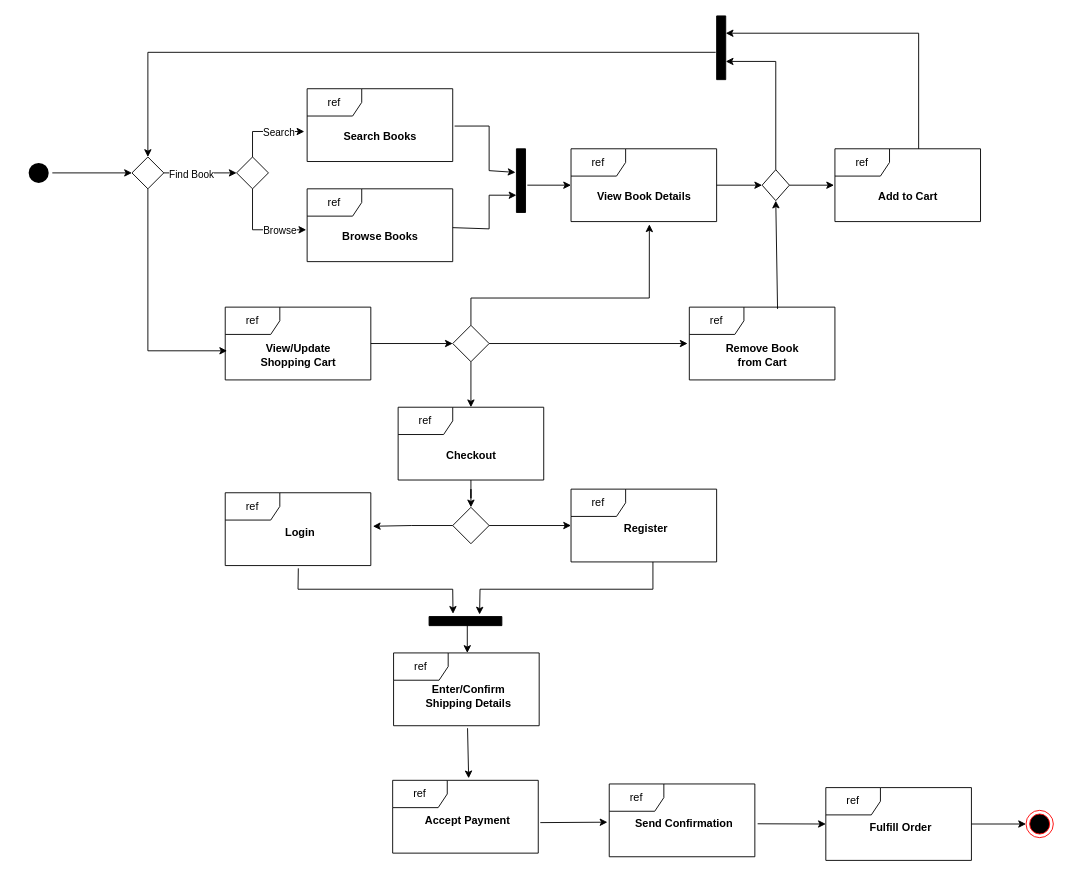
The draw.io diagram InteractionOverviewDiagram.drawio in micahsellis/UMLs, before the edit. Source tidied: cells renumbered, new cells numbered last; positions are measured from the earlier drawing's top-left corner, leaving out a move shared by most shapes. Both pictures are drawn from the tidied source at 91%, with x=0, y=0 at pixel (25, 15).
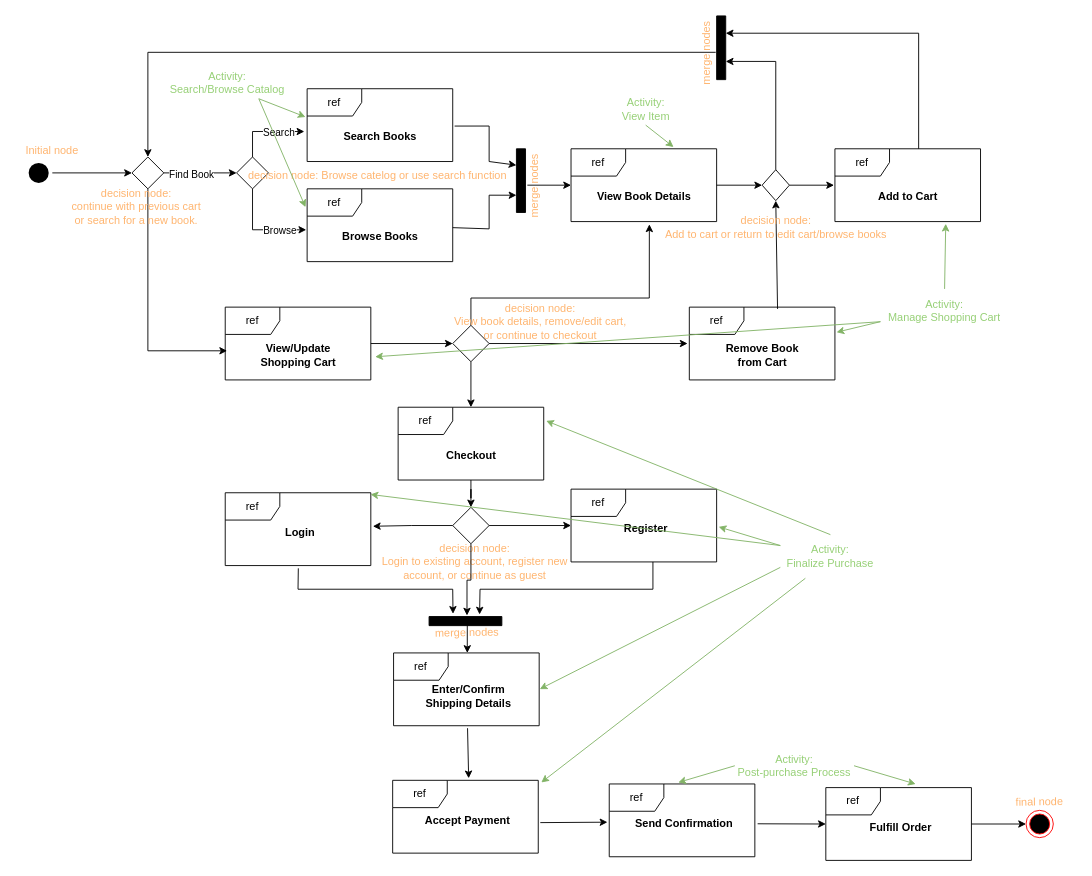
After the change.

The change refers to these unchanged cells:
```xml
<mxCell id="8" value="ref" style="shape=umlFrame;whiteSpace=wrap;html=1;" parent="1" vertex="1">
  <mxGeometry x="310" y="80" width="160" height="80" as="geometry" />
</mxCell>
<mxCell id="10" value="ref" style="shape=umlFrame;whiteSpace=wrap;html=1;" parent="1" vertex="1">
  <mxGeometry x="310" y="190" width="160" height="80" as="geometry" />
</mxCell>
<mxCell id="16" style="verticalLabelPosition=bottom;verticalAlign=top;html=1;shape=mxgraph.basic.rect;fillColor2=none;strokeWidth=1;size=20;indent=5;fillColor=#000000;" parent="1" vertex="1">
  <mxGeometry x="540" y="146" width="10" height="70" as="geometry" />
</mxCell>
<mxCell id="21" value="ref" style="shape=umlFrame;whiteSpace=wrap;html=1;" parent="1" vertex="1">
  <mxGeometry x="600" y="146" width="160" height="80" as="geometry" />
</mxCell>
<mxCell id="24" value="ref" style="shape=umlFrame;whiteSpace=wrap;html=1;" parent="1" vertex="1">
  <mxGeometry x="890" y="146" width="160" height="80" as="geometry" />
</mxCell>
<mxCell id="32" value="ref" style="shape=umlFrame;whiteSpace=wrap;html=1;" parent="1" vertex="1">
  <mxGeometry x="220" y="320" width="160" height="80" as="geometry" />
</mxCell>
<mxCell id="37" value="ref" style="shape=umlFrame;whiteSpace=wrap;html=1;" parent="1" vertex="1">
  <mxGeometry x="730" y="320" width="160" height="80" as="geometry" />
</mxCell>
<mxCell id="43" value="ref" style="shape=umlFrame;whiteSpace=wrap;html=1;" parent="1" vertex="1">
  <mxGeometry x="410" y="430" width="160" height="80" as="geometry" />
</mxCell>
<mxCell id="46" style="rhombus;whiteSpace=wrap;html=1;" parent="1" vertex="1">
  <mxGeometry x="470" y="540" width="40" height="40" as="geometry" />
</mxCell>
<mxCell id="47" value="ref" style="shape=umlFrame;whiteSpace=wrap;html=1;" parent="1" vertex="1">
  <mxGeometry x="220" y="524" width="160" height="80" as="geometry" />
</mxCell>
<mxCell id="50" value="ref" style="shape=umlFrame;whiteSpace=wrap;html=1;" parent="1" vertex="1">
  <mxGeometry x="600" y="520" width="160" height="80" as="geometry" />
</mxCell>
<mxCell id="52" value="ref" style="shape=umlFrame;whiteSpace=wrap;html=1;" parent="1" vertex="1">
  <mxGeometry x="405" y="700" width="160" height="80" as="geometry" />
</mxCell>
<mxCell id="54" style="verticalLabelPosition=bottom;verticalAlign=top;html=1;shape=mxgraph.basic.rect;fillColor2=none;strokeWidth=1;size=20;indent=0;fillColor=#000000;" parent="1" vertex="1">
  <mxGeometry x="444" y="660" width="80" height="10" as="geometry" />
</mxCell>
<mxCell id="58" value="ref" style="shape=umlFrame;whiteSpace=wrap;html=1;" parent="1" vertex="1">
  <mxGeometry x="404" y="840" width="160" height="80" as="geometry" />
</mxCell>
<mxCell id="62" value="ref" style="shape=umlFrame;whiteSpace=wrap;html=1;" parent="1" vertex="1">
  <mxGeometry x="642" y="844" width="160" height="80" as="geometry" />
</mxCell>
<mxCell id="66" value="ref" style="shape=umlFrame;whiteSpace=wrap;html=1;" parent="1" vertex="1">
  <mxGeometry x="880" y="848" width="160" height="80" as="geometry" />
</mxCell>
```

Change to the diagram source:
```diff
@@
-    <mxCell id="18" style="endArrow=classic;html=1;rounded=0;exitX=1.013;exitY=0.513;exitDx=0;exitDy=0;exitPerimeter=0;entryX=-0.1;entryY=0.371;entryDx=0;entryDy=0;entryPerimeter=0;" parent="1" edge="1" source="8" target="16">
+    <mxCell id="18" style="endArrow=classic;html=1;rounded=0;exitX=1.013;exitY=0.513;exitDx=0;exitDy=0;exitPerimeter=0;entryX=1;entryY=0.25;entryDx=0;entryDy=0;" parent="1" edge="1" source="8" target="71">
       <mxGeometry relative="1" as="geometry">
         <Array as="points">
           <mxPoint x="510" y="121" />
-          <mxPoint x="510" y="170" />
+          <mxPoint x="510" y="160" />
         </Array>
       </mxGeometry>
     </mxCell>
@@
+    <mxCell id="69" value="Initial node" style="text;html=1;strokeColor=none;fillColor=none;align=center;verticalAlign=middle;whiteSpace=wrap;overflow=hidden;fontColor=#FFB570;" parent="1" vertex="1">
+      <mxGeometry x="-10" y="137.5" width="80" height="20" as="geometry" />
+    </mxCell>
+    <mxCell id="70" value="decision node:&lt;br&gt;&lt;div&gt;continue with previous cart or search for a new book.&lt;/div&gt;" style="text;html=1;strokeColor=none;fillColor=none;align=center;verticalAlign=middle;whiteSpace=wrap;overflow=hidden;fontColor=#FFB570;" parent="1" vertex="1">
+      <mxGeometry x="50" y="171" width="145" height="78" as="geometry" />
+    </mxCell>
+    <mxCell id="71" value="decision node: Browse catelog or use search function" style="text;html=1;strokeColor=none;fillColor=none;align=center;verticalAlign=middle;whiteSpace=wrap;overflow=hidden;fontColor=#FFB570;" parent="1" vertex="1">
+      <mxGeometry x="235" y="152" width="305" height="48" as="geometry" />
+    </mxCell>
+    <mxCell id="72" value="merge nodes" style="text;html=1;strokeColor=none;fillColor=none;align=center;verticalAlign=middle;whiteSpace=wrap;overflow=hidden;fontColor=#FFB570;rotation=-90;" parent="1" vertex="1">
+      <mxGeometry x="520" y="171" width="80" height="32" as="geometry" />
+    </mxCell>
+    <mxCell id="73" value="decision node: &lt;br&gt;Add to cart or return to edit cart/browse books" style="text;html=1;strokeColor=none;fillColor=none;align=center;verticalAlign=middle;whiteSpace=wrap;overflow=hidden;fontColor=#FFB570;" parent="1" vertex="1">
+      <mxGeometry x="672.5" y="208" width="305" height="48" as="geometry" />
+    </mxCell>
+    <mxCell id="74" value="merge nodes" style="text;html=1;strokeColor=none;fillColor=none;align=center;verticalAlign=middle;whiteSpace=wrap;overflow=hidden;fontColor=#FFB570;rotation=-90;" parent="1" vertex="1">
+      <mxGeometry x="709" y="25" width="80" height="32" as="geometry" />
+    </mxCell>
+    <mxCell id="75" value="decision node: &lt;br&gt;View book details, remove/edit cart, &lt;br&gt;or continue to checkout" style="text;html=1;strokeColor=none;fillColor=none;align=center;verticalAlign=middle;whiteSpace=wrap;overflow=hidden;fontColor=#FFB570;" parent="1" vertex="1">
+      <mxGeometry x="460" y="312" width="212.5" height="48" as="geometry" />
+    </mxCell>
+    <mxCell id="76" value="decision node:&lt;br&gt;&lt;div&gt;Login to existing account, register new account, or continue as guest&lt;/div&gt;" style="text;html=1;strokeColor=none;fillColor=none;align=center;verticalAlign=middle;whiteSpace=wrap;overflow=hidden;fontColor=#FFB570;" parent="1" vertex="1">
+      <mxGeometry x="387.5" y="576" width="212.5" height="48" as="geometry" />
+    </mxCell>
+    <mxCell id="77" style="edgeStyle=orthogonalEdgeStyle;rounded=0;jettySize=auto;html=1;entryX=0.521;entryY=-0.113;entryDx=0;entryDy=0;entryPerimeter=0;" parent="1" edge="1" source="46" target="54">
+      <mxGeometry relative="1" as="geometry" />
+    </mxCell>
+    <mxCell id="78" value="merge nodes" style="text;html=1;strokeColor=none;fillColor=none;align=center;verticalAlign=middle;whiteSpace=wrap;overflow=hidden;fontColor=#FFB570;rotation=-1;" parent="1" vertex="1">
+      <mxGeometry x="446" y="662" width="80" height="32" as="geometry" />
+    </mxCell>
+    <mxCell id="79" value="final node" style="text;html=1;strokeColor=none;fillColor=none;align=center;verticalAlign=middle;whiteSpace=wrap;overflow=hidden;fontColor=#FFB570;rotation=-1;" parent="1" vertex="1">
+      <mxGeometry x="1075" y="848" width="80" height="32" as="geometry" />
+    </mxCell>
+    <mxCell id="80" value="Activity: &lt;br&gt;Post-purchase Process" style="text;html=1;strokeColor=none;fillColor=none;align=center;verticalAlign=middle;whiteSpace=wrap;overflow=hidden;fontColor=#97D077;rotation=0;" parent="1" vertex="1">
+      <mxGeometry x="780" y="808" width="131" height="32" as="geometry" />
+    </mxCell>
+    <mxCell id="81" style="endArrow=classic;html=1;rounded=0;fillColor=#d5e8d4;strokeColor=#82b366;entryX=0.617;entryY=-0.049;entryDx=0;entryDy=0;entryPerimeter=0;exitX=1;exitY=0.5;exitDx=0;exitDy=0;" parent="1" edge="1" source="80" target="66">
+      <mxGeometry relative="1" as="geometry" />
+    </mxCell>
+    <mxCell id="82" style="endArrow=classic;html=1;rounded=0;fillColor=#d5e8d4;strokeColor=#82b366;entryX=0.474;entryY=-0.021;entryDx=0;entryDy=0;entryPerimeter=0;exitX=0;exitY=0.5;exitDx=0;exitDy=0;" parent="1" edge="1" source="80" target="62">
+      <mxGeometry relative="1" as="geometry" />
+    </mxCell>
+    <mxCell id="83" value="Activity:&lt;br&gt;Manage Shopping Cart" style="text;html=1;strokeColor=none;fillColor=none;align=center;verticalAlign=middle;whiteSpace=wrap;overflow=hidden;fontColor=#97D077;" parent="1" vertex="1">
+      <mxGeometry x="940" y="300" width="141" height="48" as="geometry" />
+    </mxCell>
+    <mxCell id="84" style="endArrow=classic;html=1;rounded=0;fillColor=#d5e8d4;strokeColor=#82b366;exitX=0.5;exitY=0;exitDx=0;exitDy=0;entryX=0.761;entryY=1.03;entryDx=0;entryDy=0;entryPerimeter=0;" parent="1" edge="1" source="83" target="24">
+      <mxGeometry relative="1" as="geometry" />
+    </mxCell>
+    <mxCell id="85" style="endArrow=classic;html=1;rounded=0;fillColor=#d5e8d4;strokeColor=#82b366;entryX=1.011;entryY=0.345;entryDx=0;entryDy=0;entryPerimeter=0;exitX=0;exitY=0.75;exitDx=0;exitDy=0;" parent="1" edge="1" source="83" target="37">
+      <mxGeometry relative="1" as="geometry" />
+    </mxCell>
+    <mxCell id="86" value="Activity:&lt;br&gt;Finalize Purchase" style="text;html=1;strokeColor=none;fillColor=none;align=center;verticalAlign=middle;whiteSpace=wrap;overflow=hidden;fontColor=#97D077;" parent="1" vertex="1">
+      <mxGeometry x="830" y="570" width="110" height="48" as="geometry" />
+    </mxCell>
+    <mxCell id="87" style="endArrow=classic;html=1;rounded=0;entryX=1.021;entryY=0.029;entryDx=0;entryDy=0;entryPerimeter=0;exitX=0.25;exitY=1;exitDx=0;exitDy=0;fillColor=#d5e8d4;strokeColor=#82b366;" parent="1" edge="1" source="86" target="58">
+      <mxGeometry relative="1" as="geometry" />
+    </mxCell>
+    <mxCell id="88" style="endArrow=classic;html=1;rounded=0;entryX=1.004;entryY=0.497;entryDx=0;entryDy=0;entryPerimeter=0;exitX=0;exitY=0.75;exitDx=0;exitDy=0;fillColor=#d5e8d4;strokeColor=#82b366;" parent="1" edge="1" source="86" target="52">
+      <mxGeometry relative="1" as="geometry" />
+    </mxCell>
+    <mxCell id="89" style="endArrow=classic;html=1;rounded=0;exitX=0;exitY=0.25;exitDx=0;exitDy=0;entryX=1.014;entryY=0.518;entryDx=0;entryDy=0;entryPerimeter=0;fillColor=#d5e8d4;strokeColor=#82b366;" parent="1" edge="1" source="86" target="50">
+      <mxGeometry relative="1" as="geometry" />
+    </mxCell>
+    <mxCell id="90" style="endArrow=classic;html=1;rounded=0;entryX=1.017;entryY=0.187;entryDx=0;entryDy=0;entryPerimeter=0;exitX=0.5;exitY=0;exitDx=0;exitDy=0;fillColor=#d5e8d4;strokeColor=#82b366;" parent="1" edge="1" source="86" target="43">
+      <mxGeometry relative="1" as="geometry" />
+    </mxCell>
+    <mxCell id="91" style="endArrow=classic;html=1;rounded=0;entryX=0.998;entryY=0.023;entryDx=0;entryDy=0;entryPerimeter=0;exitX=0;exitY=0.25;exitDx=0;exitDy=0;fillColor=#d5e8d4;strokeColor=#82b366;" parent="1" edge="1" source="86" target="47">
+      <mxGeometry relative="1" as="geometry" />
+    </mxCell>
+    <mxCell id="92" value="Activity:&lt;br&gt;View Item" style="text;html=1;strokeColor=none;fillColor=none;align=center;verticalAlign=middle;whiteSpace=wrap;overflow=hidden;fontColor=#97D077;" parent="1" vertex="1">
+      <mxGeometry x="642.8" y="86" width="78.5" height="34" as="geometry" />
+    </mxCell>
+    <mxCell id="93" style="endArrow=classic;html=1;rounded=0;exitX=0.5;exitY=1;exitDx=0;exitDy=0;entryX=0.704;entryY=-0.024;entryDx=0;entryDy=0;entryPerimeter=0;fillColor=#d5e8d4;strokeColor=#82b366;" parent="1" edge="1" source="92" target="21">
+      <mxGeometry relative="1" as="geometry" />
+    </mxCell>
+    <mxCell id="94" style="endArrow=classic;html=1;rounded=0;entryX=1.03;entryY=0.682;entryDx=0;entryDy=0;entryPerimeter=0;exitX=0;exitY=0.75;exitDx=0;exitDy=0;fillColor=#d5e8d4;strokeColor=#82b366;" parent="1" edge="1" source="83" target="32">
+      <mxGeometry relative="1" as="geometry" />
+    </mxCell>
+    <mxCell id="95" value="Activity:&lt;br&gt;&lt;div&gt;Search/Browse Catalog&lt;/div&gt;&lt;div&gt;&lt;br&gt;&lt;/div&gt;" style="text;html=1;strokeColor=none;fillColor=none;align=center;verticalAlign=middle;whiteSpace=wrap;overflow=hidden;fontColor=#97D077;" parent="1" vertex="1">
+      <mxGeometry x="152.5" y="57" width="139.2" height="34" as="geometry" />
+    </mxCell>
+    <mxCell id="96" style="endArrow=classic;html=1;rounded=0;exitX=0.75;exitY=1;exitDx=0;exitDy=0;entryX=-0.011;entryY=0.388;entryDx=0;entryDy=0;entryPerimeter=0;fillColor=#d5e8d4;strokeColor=#82b366;" parent="1" edge="1" source="95" target="8">
+      <mxGeometry relative="1" as="geometry" />
+    </mxCell>
+    <mxCell id="97" style="endArrow=classic;html=1;rounded=0;exitX=0.75;exitY=1;exitDx=0;exitDy=0;entryX=-0.011;entryY=0.252;entryDx=0;entryDy=0;entryPerimeter=0;fillColor=#d5e8d4;strokeColor=#82b366;" parent="1" edge="1" source="95" target="10">
+      <mxGeometry relative="1" as="geometry" />
+    </mxCell>
```
